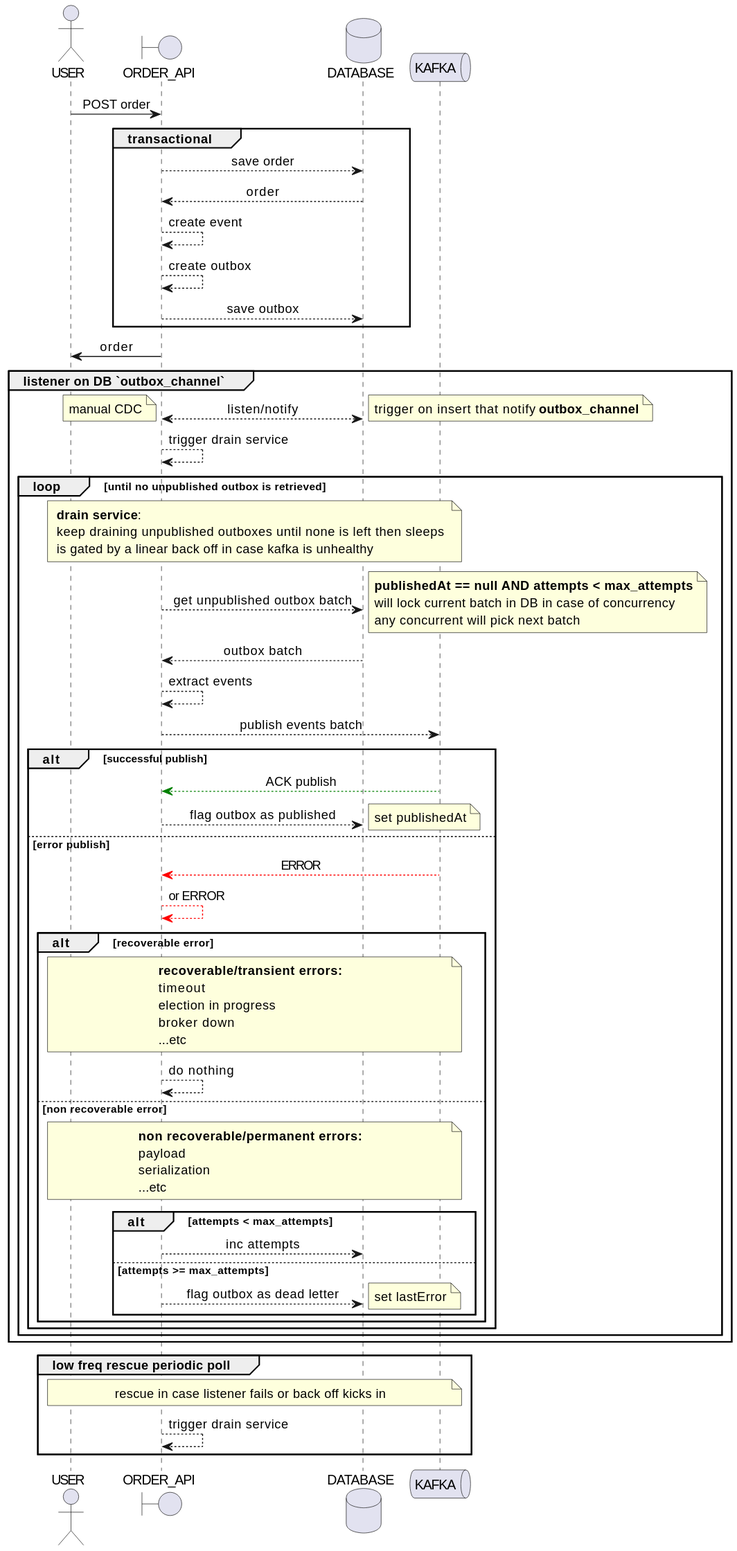
7mza/kafka-demo keeps this PlantUML diagram as docs/order_api_seq.svg. Above is the earlier version.
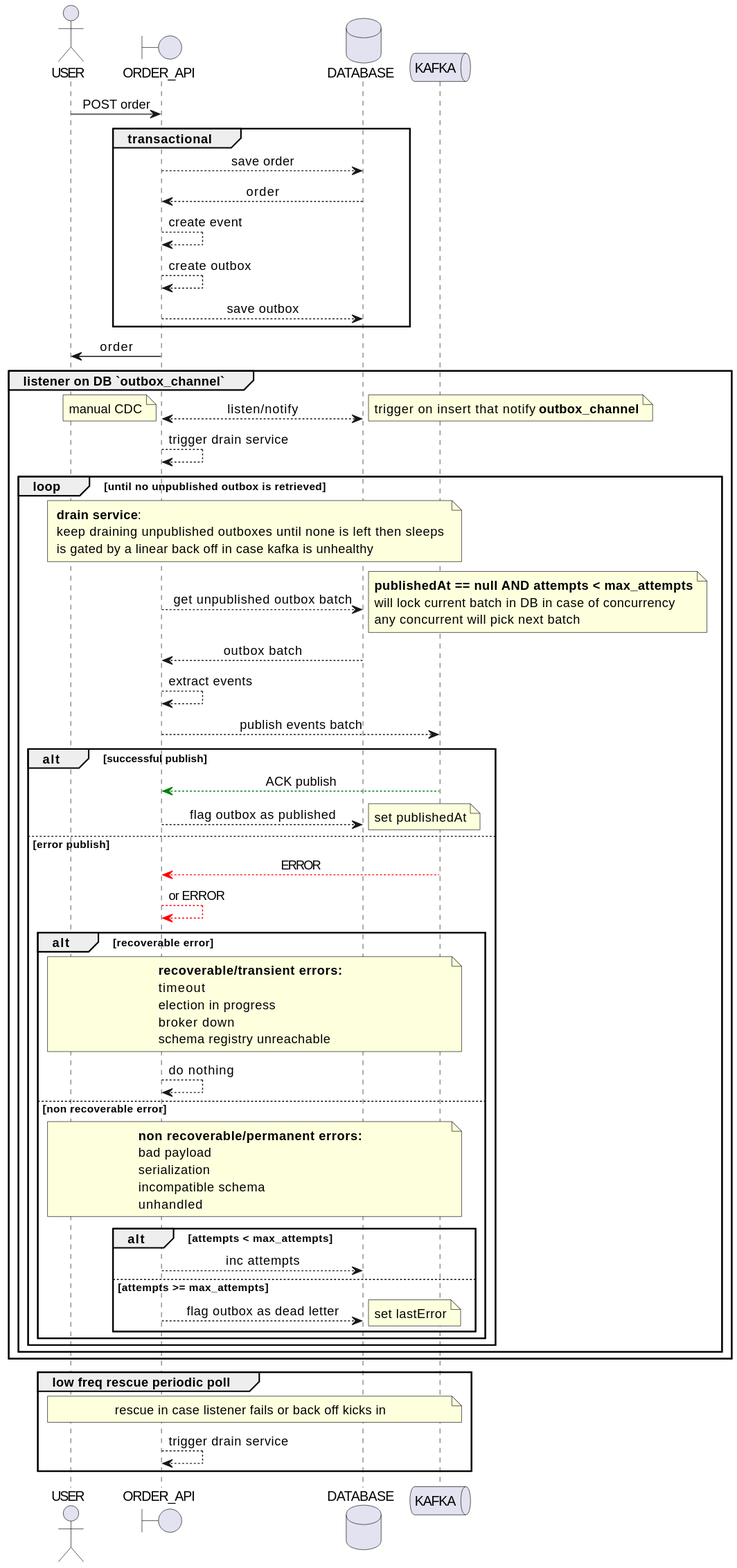
Above is the later version.

Diff of the diagram source:
```diff
@@ -41,15 +41,16 @@
                     timeout
                     election in progress
                     broker down
-                    ...etc
+                    schema registry unreachable
                 end note
                 API --> API : do nothing
             else non recoverable error
                 note across
                     **non recoverable/permanent errors:**
-                    payload
+                    bad payload
                     serialization
-                    ...etc
+                    incompatible schema
+                    unhandled
                 end note
                 alt attempts < max_attempts
                     API --> DB : inc attempts
```
